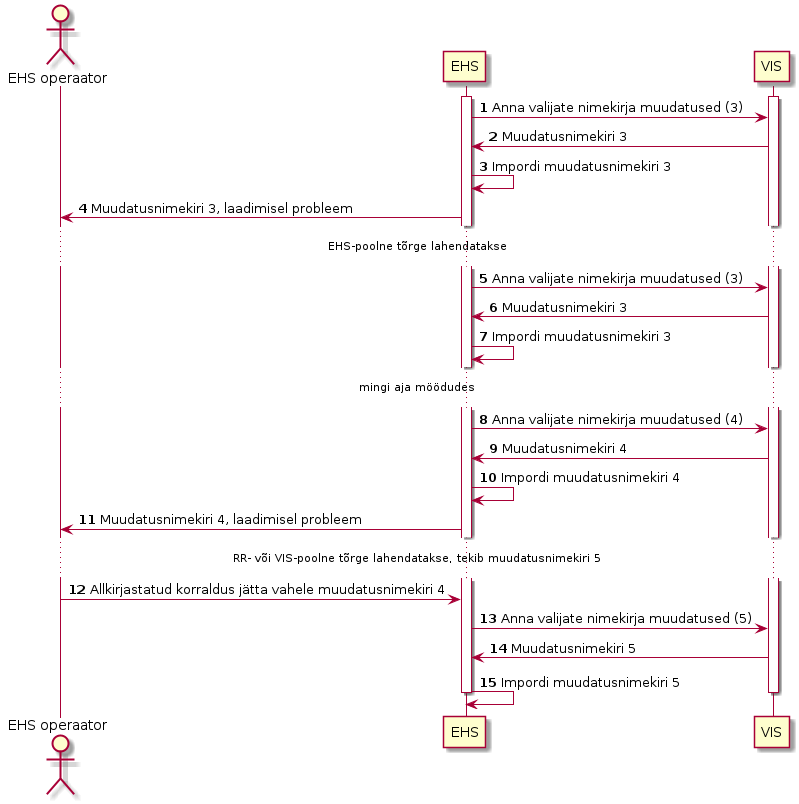
Above: model/list_errors.png in ivarsmolin/VIS3-EHS (PlantUML), before the change. Its diagram source:
```plantuml
@startuml
autonumber
actor "EHS operaator" as ac_ehs
participant "EHS" as ehs
participant "VIS" as vis

activate vis
activate ehs

ehs -> vis : Anna valijate nimekirja muudatused (3)
vis -> ehs : Muudatusnimekiri 3
ehs -> ehs : Impordi muudatusnimekiri 3
ehs -> ac_ehs: Muudatusnimekiri 3, laadimisel probleem

...EHS-poolne tõrge lahendatakse...

ehs -> vis : Anna valijate nimekirja muudatused (3)
vis -> ehs : Muudatusnimekiri 3
ehs -> ehs : Impordi muudatusnimekiri 3

...mingi aja möödudes...

ehs -> vis : Anna valijate nimekirja muudatused (4)
vis -> ehs : Muudatusnimekiri 4
ehs -> ehs : Impordi muudatusnimekiri 4
ehs -> ac_ehs: Muudatusnimekiri 4, laadimisel probleem

...RR- või VIS-poolne tõrge lahendatakse, tekib muudatusnimekiri 5...

ac_ehs -> ehs: Allkirjastatud korraldus jätta vahele muudatusnimekiri 4

ehs -> vis : Anna valijate nimekirja muudatused (5)
vis -> ehs : Muudatusnimekiri 5
ehs -> ehs : Impordi muudatusnimekiri 5

deactivate vis
deactivate ehs
@enduml
```
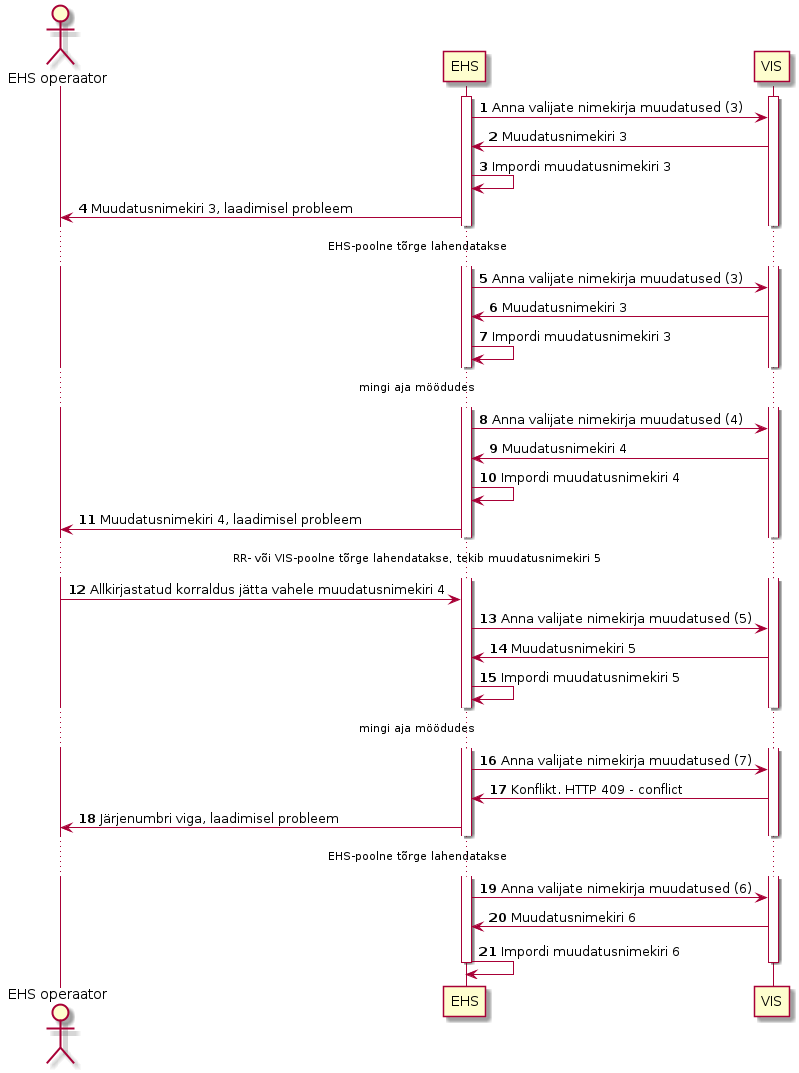
After the change.

The edit, as a diff of the source:
```diff
@@ -1,4 +1,5 @@
 @startuml
+
 autonumber
 actor "EHS operaator" as ac_ehs
 participant "EHS" as ehs
@@ -33,6 +34,18 @@
 vis -> ehs : Muudatusnimekiri 5
 ehs -> ehs : Impordi muudatusnimekiri 5
 
+...mingi aja möödudes...
+
+ehs -> vis : Anna valijate nimekirja muudatused (7)
+vis -> ehs : Konflikt. HTTP 409 - conflict
+ehs -> ac_ehs: Järjenumbri viga, laadimisel probleem
+
+...EHS-poolne tõrge lahendatakse...
+
+ehs -> vis : Anna valijate nimekirja muudatused (6)
+vis -> ehs : Muudatusnimekiri 6
+ehs -> ehs : Impordi muudatusnimekiri 6
+
 deactivate vis
 deactivate ehs
 @enduml
```
